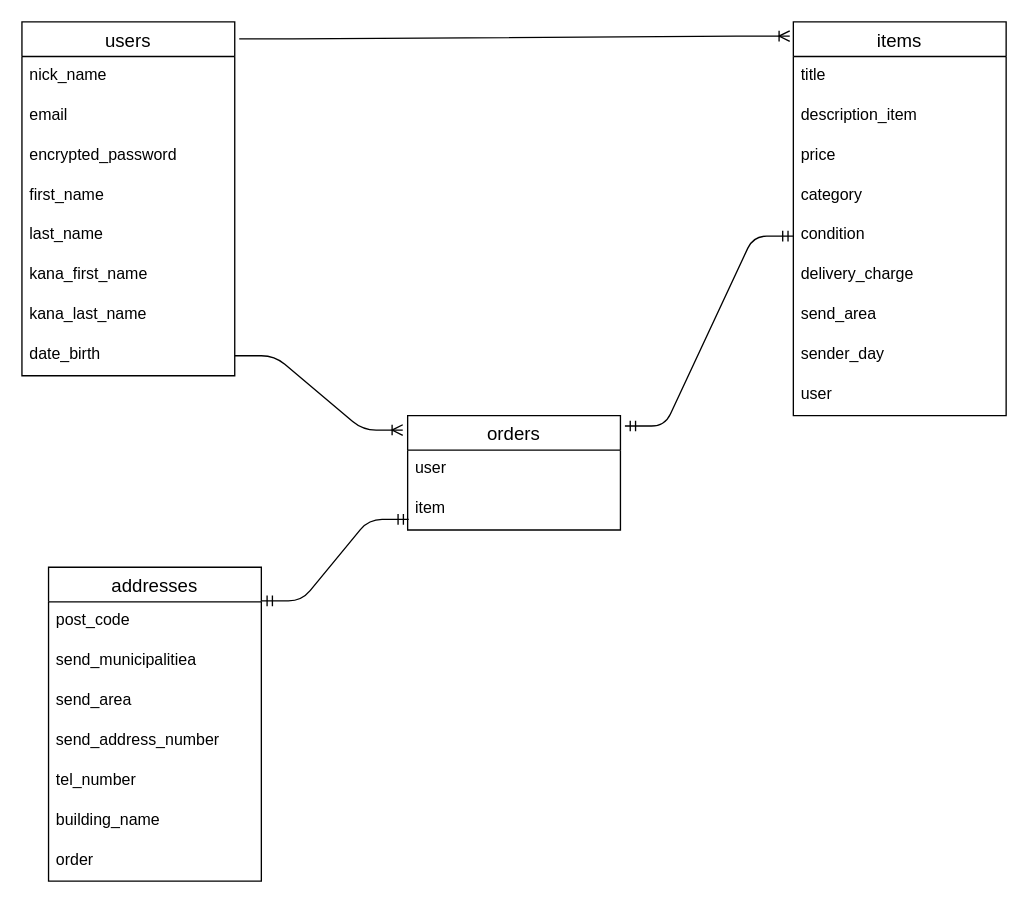
fuhewat/furima-39379 keeps this draw.io diagram as page "ページ1" (1 of 2) of er.dio. Above is the earlier version. Source tidied: cells renumbered, new cells numbered last; positions are measured from the earlier drawing's top-left corner, leaving out a move shared by most shapes. Both pictures are drawn from the tidied source at 133%, with x=0, y=0 at pixel (21, 21).
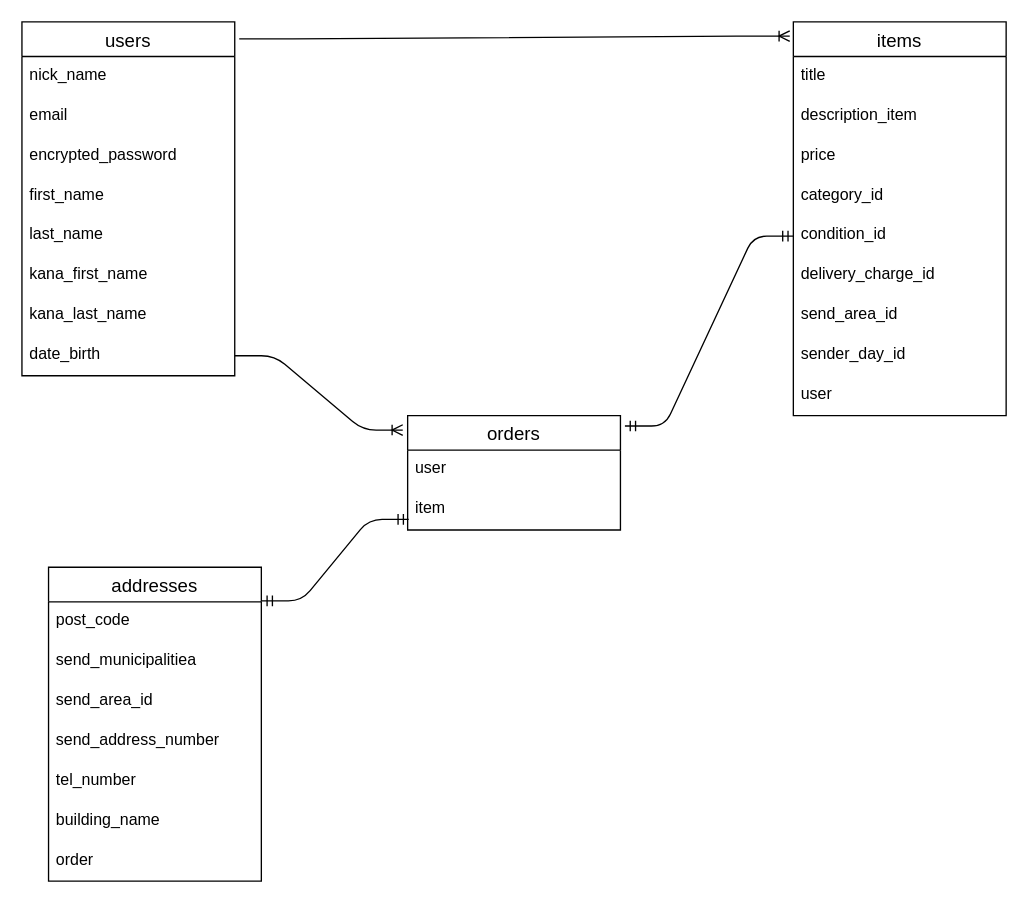
The same page after the edit.

Commit message:
データベース設計完成

The change refers to these unchanged cells:
```xml
<mxCell id="11" value="addresses" style="swimlane;fontStyle=0;horizontal=1;startSize=26;align=center;fontSize=14;" parent="1" vertex="1">
  <mxGeometry x="20" y="410" width="160" height="236" as="geometry" />
</mxCell>
<mxCell id="19" value="items" style="swimlane;fontStyle=0;horizontal=1;startSize=26;align=center;fontSize=14;" parent="1" vertex="1">
  <mxGeometry x="580" width="160" height="296" as="geometry" />
</mxCell>
```

What changed in the source:
```diff
@@
-    <mxCell id="14" value="send_area" style="text;strokeColor=none;fillColor=none;spacingLeft=4;spacingRight=4;overflow=hidden;fontSize=12;" parent="11" vertex="1">
+    <mxCell id="14" value="send_area_id" style="text;strokeColor=none;fillColor=none;spacingLeft=4;spacingRight=4;overflow=hidden;fontSize=12;" parent="11" vertex="1">
       <mxGeometry y="86" width="160" height="30" as="geometry" />
     </mxCell>
@@
-    <mxCell id="23" value="category" style="text;strokeColor=none;fillColor=none;spacingLeft=4;spacingRight=4;overflow=hidden;fontSize=12;" parent="19" vertex="1">
+    <mxCell id="23" value="category_id" style="text;strokeColor=none;fillColor=none;spacingLeft=4;spacingRight=4;overflow=hidden;fontSize=12;" parent="19" vertex="1">
       <mxGeometry y="116" width="160" height="30" as="geometry" />
     </mxCell>
-    <mxCell id="24" value="condition" style="text;strokeColor=none;fillColor=none;spacingLeft=4;spacingRight=4;overflow=hidden;points=[[0,0.5],[1,0.5]];portConstraint=eastwest;fontSize=12;" parent="19" vertex="1">
+    <mxCell id="24" value="condition_id" style="text;strokeColor=none;fillColor=none;spacingLeft=4;spacingRight=4;overflow=hidden;points=[[0,0.5],[1,0.5]];portConstraint=eastwest;fontSize=12;" parent="19" vertex="1">
       <mxGeometry y="146" width="160" height="30" as="geometry" />
     </mxCell>
-    <mxCell id="25" value="delivery_charge" style="text;strokeColor=none;fillColor=none;spacingLeft=4;spacingRight=4;overflow=hidden;fontSize=12;" parent="19" vertex="1">
+    <mxCell id="25" value="delivery_charge_id" style="text;strokeColor=none;fillColor=none;spacingLeft=4;spacingRight=4;overflow=hidden;fontSize=12;" parent="19" vertex="1">
       <mxGeometry y="176" width="160" height="30" as="geometry" />
     </mxCell>
-    <mxCell id="26" value="send_area" style="text;strokeColor=none;fillColor=none;spacingLeft=4;spacingRight=4;overflow=hidden;fontSize=12;" parent="19" vertex="1">
+    <mxCell id="26" value="send_area_id" style="text;strokeColor=none;fillColor=none;spacingLeft=4;spacingRight=4;overflow=hidden;fontSize=12;" parent="19" vertex="1">
       <mxGeometry y="206" width="160" height="30" as="geometry" />
     </mxCell>
-    <mxCell id="27" value="sender_day" style="text;strokeColor=none;fillColor=none;spacingLeft=4;spacingRight=4;overflow=hidden;fontSize=12;" parent="19" vertex="1">
+    <mxCell id="27" value="sender_day_id" style="text;strokeColor=none;fillColor=none;spacingLeft=4;spacingRight=4;overflow=hidden;fontSize=12;" parent="19" vertex="1">
       <mxGeometry y="236" width="160" height="30" as="geometry" />
     </mxCell>
```
